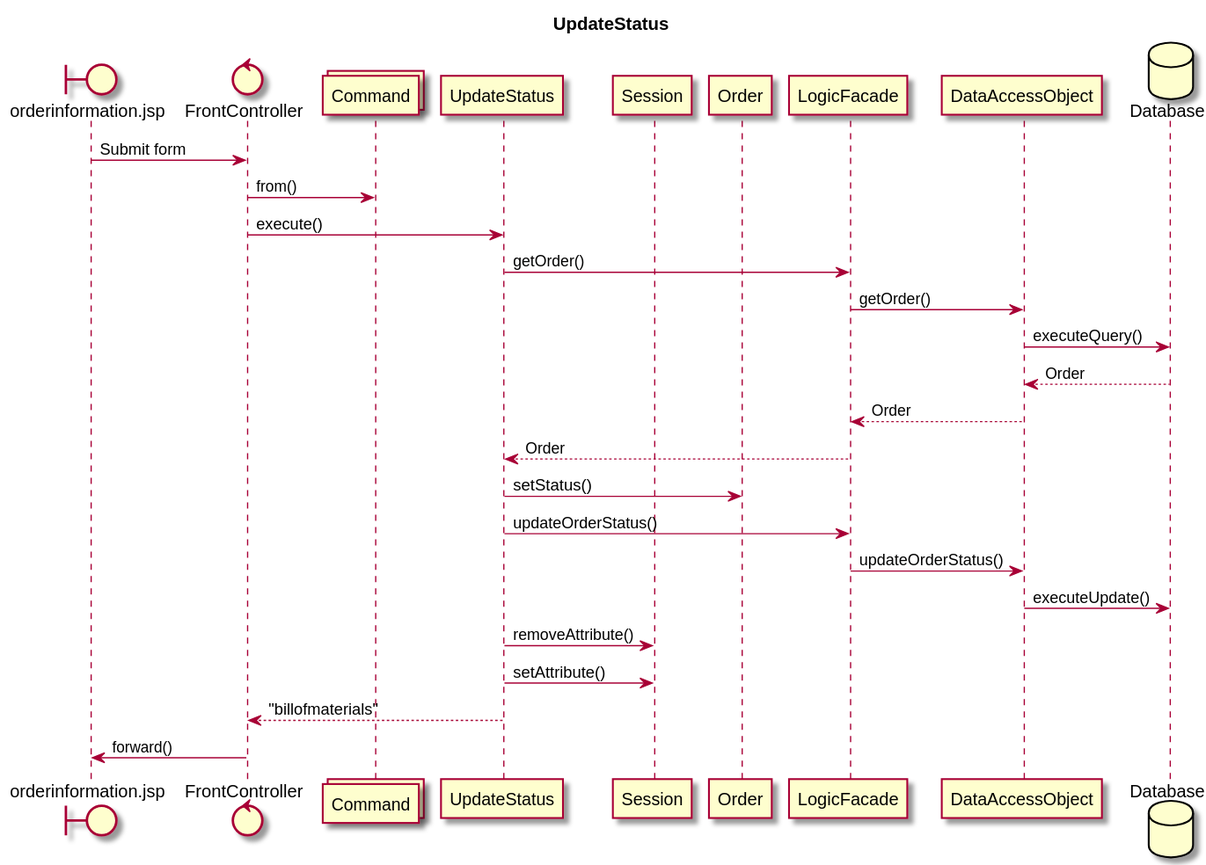
Earlier version of the PlantUML export src/main/java/Diagrams/UpdateStatusSSD.svg (EmilVHermansen/Carport).
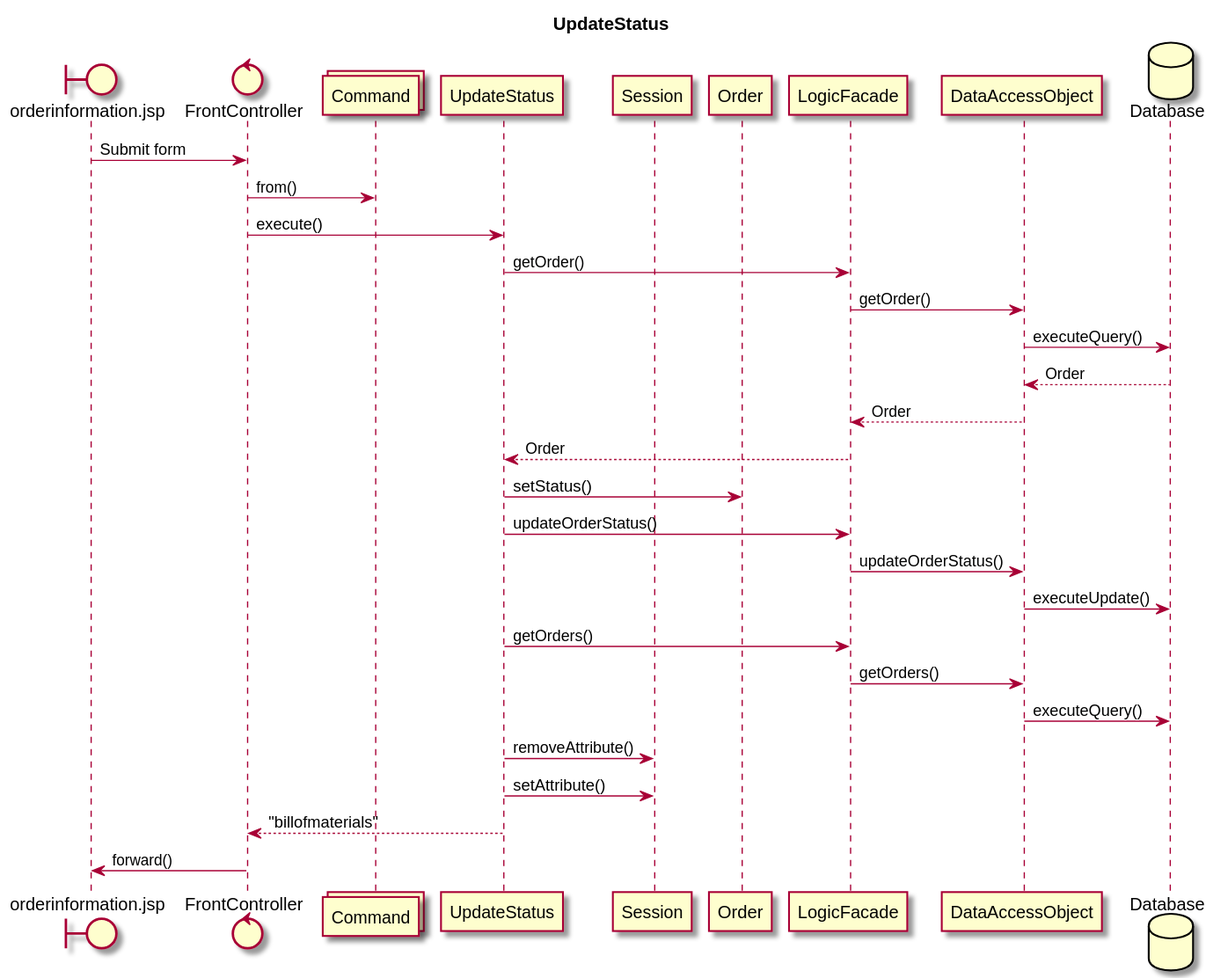
Later version of the same file.

Change to the diagram source:
```diff
@@ -24,6 +24,9 @@
 UpdateStatus -> LF: updateOrderStatus()
 LF -> DAO: updateOrderStatus()
 DAO -> DB: executeUpdate()
+UpdateStatus -> LF: getOrders()
+LF -> DAO: getOrders()
+DAO -> DB: executeQuery()
 UpdateStatus -> Session: removeAttribute()
 UpdateStatus -> Session: setAttribute()
 UpdateStatus --> FrontController: "billofmaterials"
```
